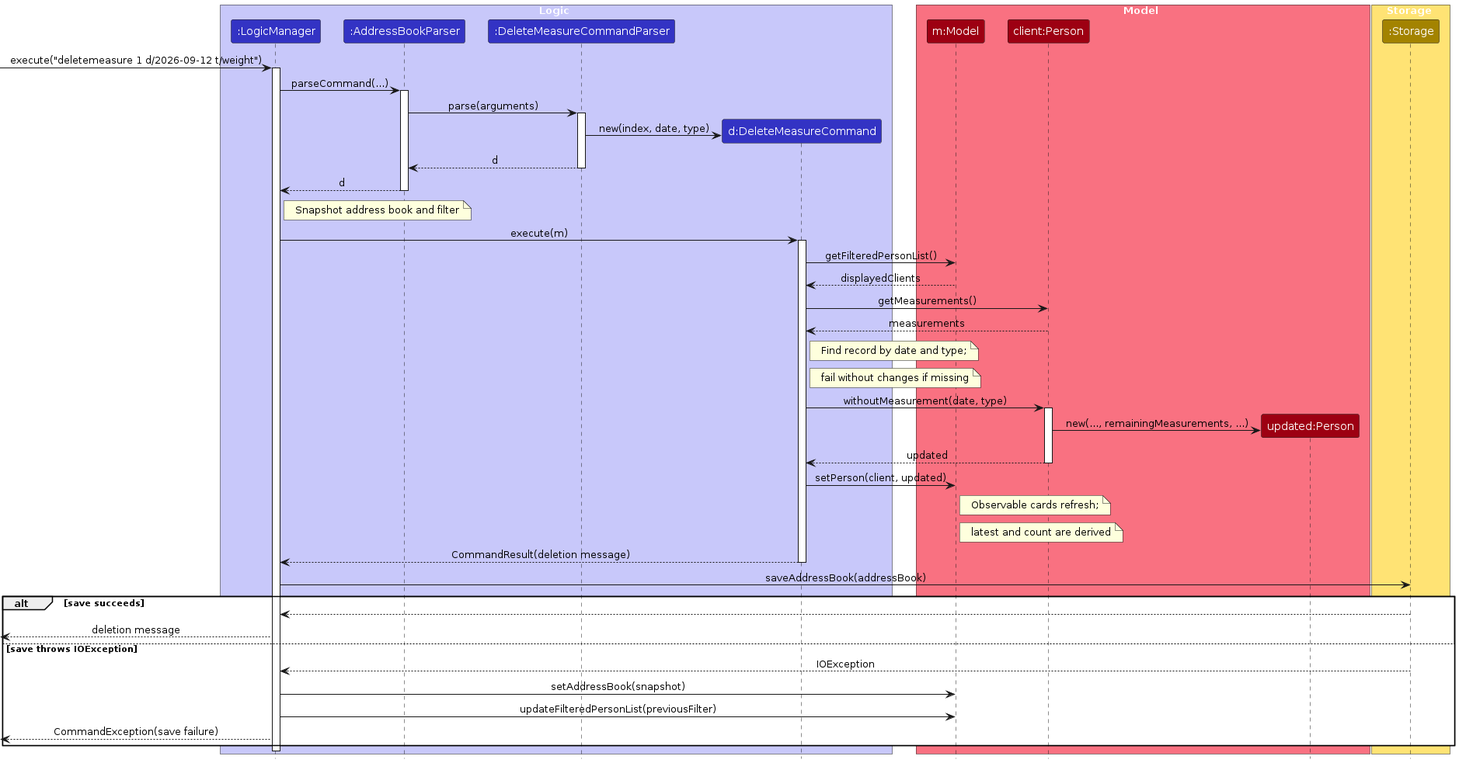
The PlantUML diagram diagrams/DeleteMeasureSequenceDiagram.png in AY2627S1-CS2103T-F14a-2/tp, before a commit. Its source is kept beside it as diagrams/DeleteMeasureSequenceDiagram.puml.
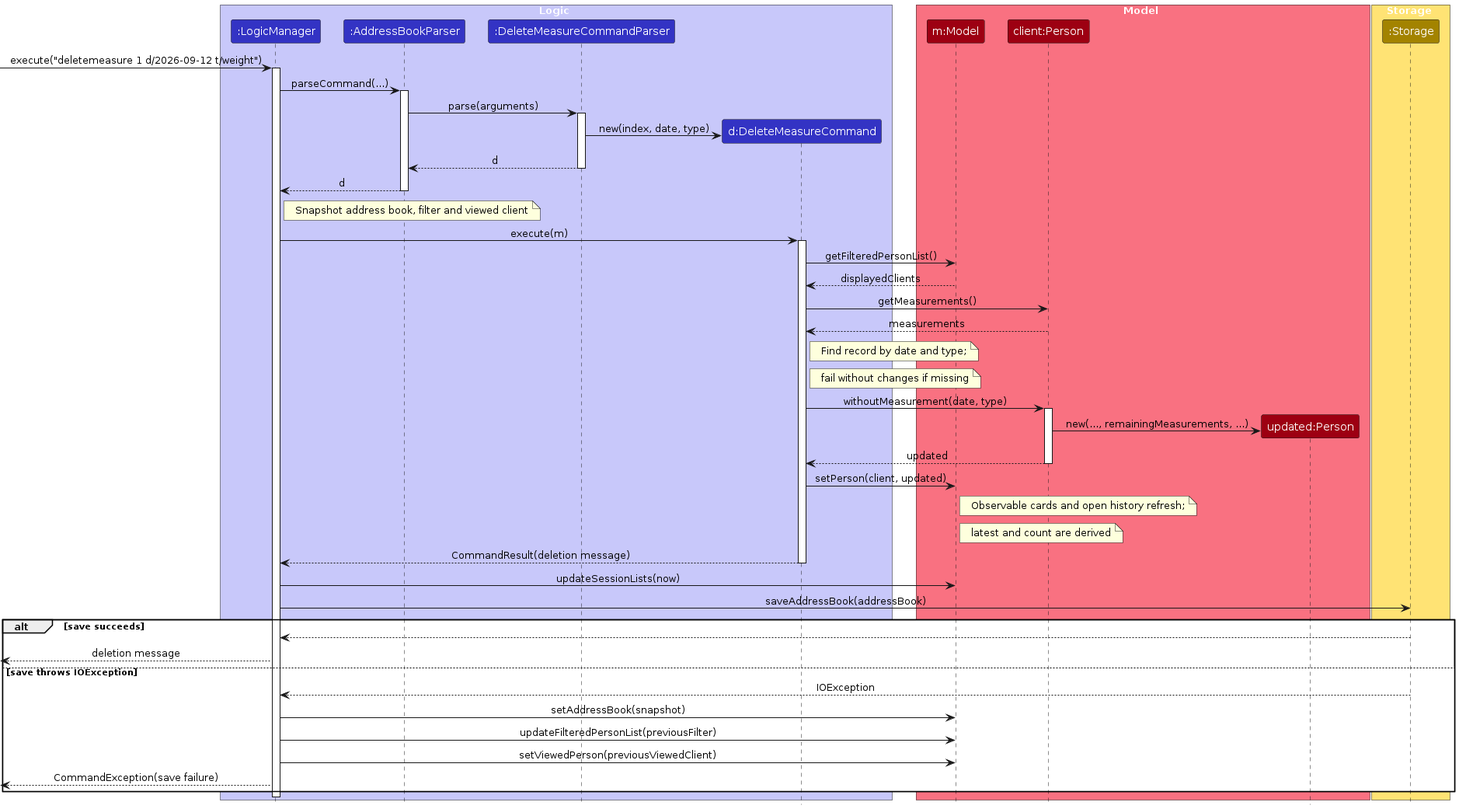
The same file after the commit.

Change to the diagram source:
```diff
@@ -29,7 +29,7 @@
 deactivate DeleteParser
 Parser --> Logic : d
 deactivate Parser
-note right of Logic : Snapshot address book and filter
+note right of Logic : Snapshot address book, filter and viewed client
 Logic -> Command : execute(m)
 activate Command
 Command -> Model : getFilteredPersonList()
@@ -45,10 +45,11 @@
 Client --> Command : updated
 deactivate Client
 Command -> Model : setPerson(client, updated)
-note right of Model : Observable cards refresh;
+note right of Model : Observable cards and open history refresh;
 note right of Model : latest and count are derived
 Command --> Logic : CommandResult(deletion message)
 deactivate Command
+Logic -> Model : updateSessionLists(now)
 Logic -> Storage : saveAddressBook(addressBook)
 alt save succeeds
 Storage --> Logic
@@ -57,6 +58,7 @@
 Storage --> Logic : IOException
 Logic -> Model : setAddressBook(snapshot)
 Logic -> Model : updateFilteredPersonList(previousFilter)
+Logic -> Model : setViewedPerson(previousViewedClient)
 Logic -->[ : CommandException(save failure)
 end
 deactivate Logic
```
